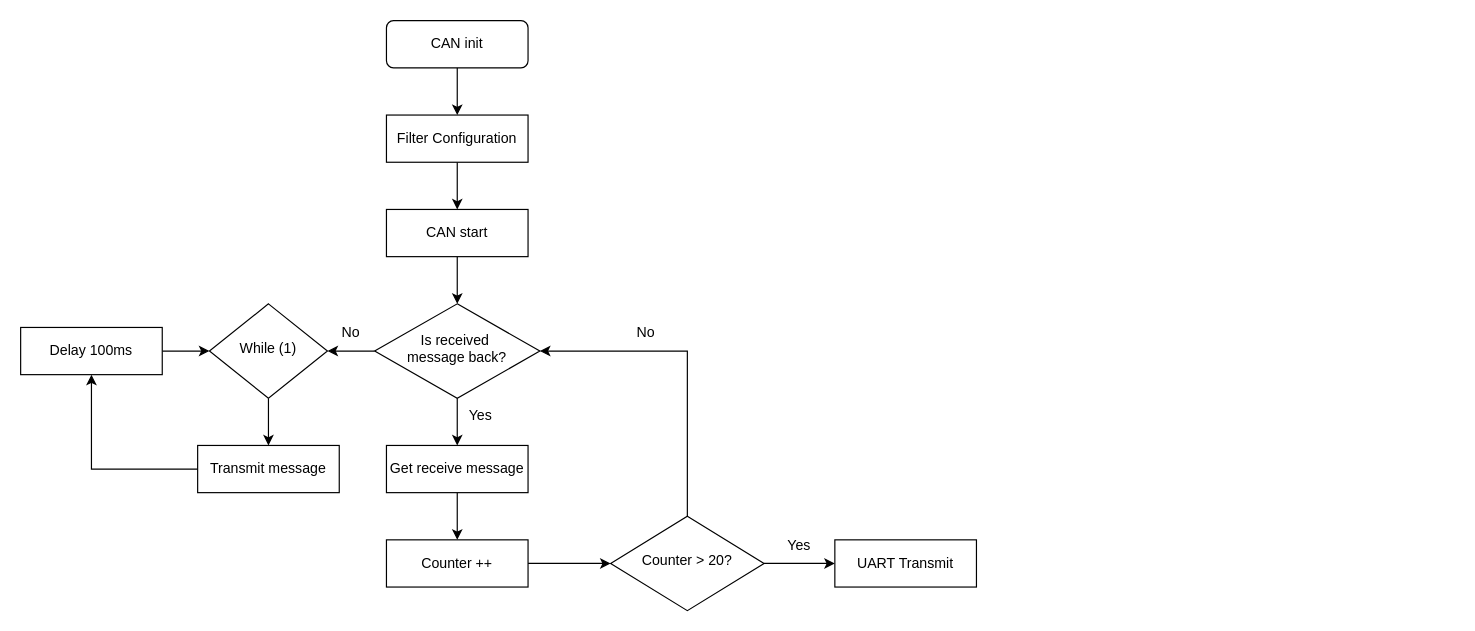
Above: CANFlowChart.drawio in lukas0173/Draw.io (draw.io), before the change. Source tidied: cells renumbered, new cells numbered last; positions are measured from the earlier drawing's top-left corner, leaving out a move shared by most shapes. Both pictures are drawn from the tidied source at 118%, with x=0, y=0 at pixel (20, 20).
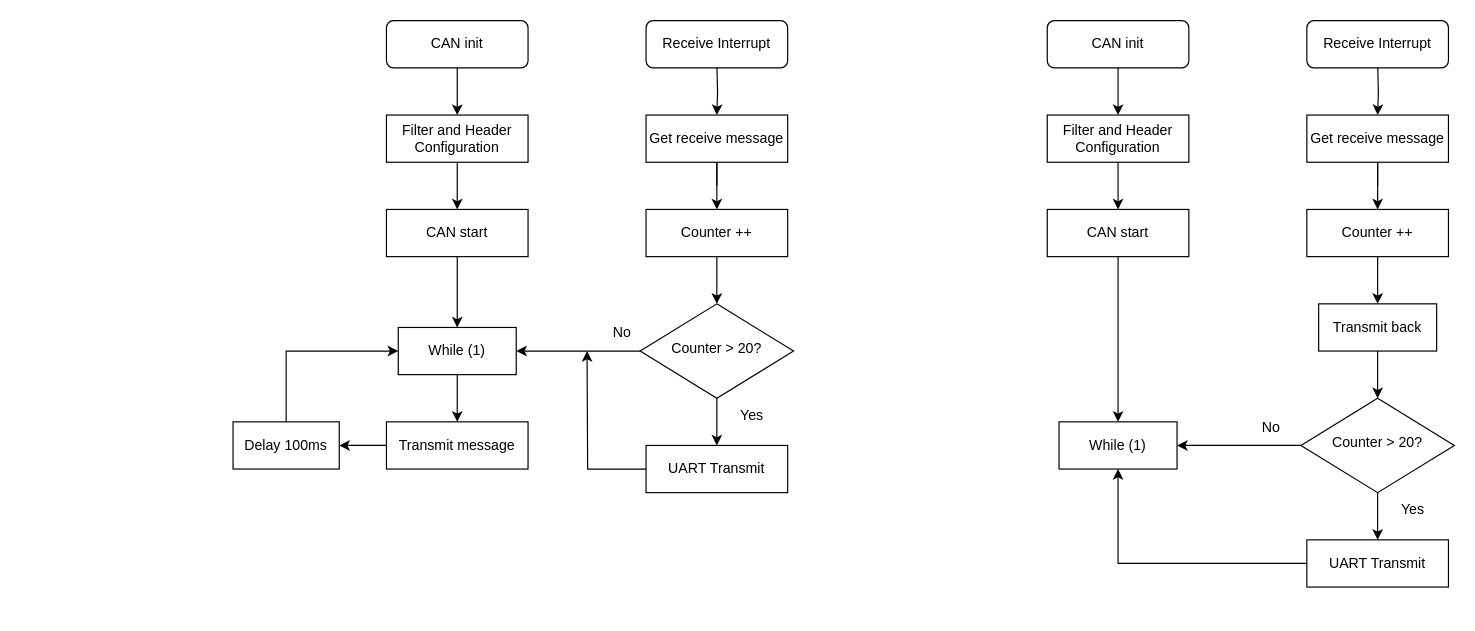
The same page after the edit.

The change refers to these unchanged cells:
```xml
<mxCell id="7" value="CAN start" style="rounded=0;whiteSpace=wrap;html=1;fontSize=12;glass=0;strokeWidth=1;shadow=0;" parent="1" vertex="1">
  <mxGeometry x="310" y="160" width="120" height="40" as="geometry" />
</mxCell>
```

What changed in the source:
```diff
@@
-    <mxCell id="5" value="Filter Configuration" style="rounded=0;whiteSpace=wrap;html=1;fontSize=12;glass=0;strokeWidth=1;shadow=0;" parent="1" vertex="1">
+    <mxCell id="5" value="Filter and Header Configuration" style="rounded=0;whiteSpace=wrap;html=1;fontSize=12;glass=0;strokeWidth=1;shadow=0;" parent="1" vertex="1">
       <mxGeometry x="310" y="80" width="120" height="40" as="geometry" />
     </mxCell>
-    <mxCell id="6" style="edgeStyle=orthogonalEdgeStyle;rounded=0;jettySize=auto;html=1;" parent="1" edge="1" source="7" target="10">
-      <mxGeometry relative="1" as="geometry" />
-    </mxCell>
+    <mxCell id="29" style="edgeStyle=orthogonalEdgeStyle;rounded=0;jettySize=auto;html=1;" parent="1" edge="1" source="7" target="33">
+      <mxGeometry relative="1" as="geometry" />
+    </mxCell>
@@
-    <mxCell id="8" style="edgeStyle=orthogonalEdgeStyle;rounded=0;jettySize=auto;html=1;" parent="1" edge="1" source="10">
+    <mxCell id="8" style="edgeStyle=orthogonalEdgeStyle;rounded=0;jettySize=auto;html=1;" parent="1" edge="1" source="12">
       <mxGeometry relative="1" as="geometry">
-        <mxPoint x="370" y="360" as="targetPoint" />
+        <mxPoint x="590" y="100" as="targetPoint" />
       </mxGeometry>
     </mxCell>
-    <mxCell id="9" style="edgeStyle=orthogonalEdgeStyle;rounded=0;jettySize=auto;html=1;" parent="1" edge="1" source="10" target="15">
-      <mxGeometry relative="1" as="geometry" />
-    </mxCell>
-    <mxCell id="10" value="Is received&amp;nbsp;&lt;div&gt;message back?&lt;/div&gt;" style="rhombus;whiteSpace=wrap;html=1;shadow=0;fontFamily=Helvetica;fontSize=12;align=center;strokeWidth=1;spacing=6;spacingTop=-4;" parent="1" vertex="1">
-      <mxGeometry x="300" y="240" width="140" height="80" as="geometry" />
-    </mxCell>
@@
-    <mxCell id="12" value="Get receive message" style="rounded=0;whiteSpace=wrap;html=1;fontSize=12;glass=0;strokeWidth=1;shadow=0;" parent="1" vertex="1">
-      <mxGeometry x="310" y="360" width="120" height="40" as="geometry" />
-    </mxCell>
-    <mxCell id="13" value="No" style="text;html=1;align=center;verticalAlign=middle;whiteSpace=wrap;rounded=0;" parent="1" vertex="1">
-      <mxGeometry x="250" y="250" width="60" height="30" as="geometry" />
-    </mxCell>
-    <mxCell id="14" style="edgeStyle=orthogonalEdgeStyle;rounded=0;jettySize=auto;html=1;" parent="1" edge="1" source="15" target="17">
-      <mxGeometry relative="1" as="geometry" />
-    </mxCell>
-    <mxCell id="15" value="While (1)" style="rhombus;whiteSpace=wrap;html=1;shadow=0;fontFamily=Helvetica;fontSize=12;align=center;strokeWidth=1;spacing=6;spacingTop=-4;" parent="1" vertex="1">
-      <mxGeometry x="160" y="240" width="100" height="80" as="geometry" />
-    </mxCell>
@@
     <mxCell id="17" value="Transmit message" style="rounded=0;whiteSpace=wrap;html=1;fontSize=12;glass=0;strokeWidth=1;shadow=0;" parent="1" vertex="1">
-      <mxGeometry x="150" y="360" width="120" height="40" as="geometry" />
+      <mxGeometry x="310" y="340" width="120" height="40" as="geometry" />
     </mxCell>
-    <mxCell id="18" style="edgeStyle=orthogonalEdgeStyle;rounded=0;jettySize=auto;html=1;entryX=0;entryY=0.5;entryDx=0;entryDy=0;" parent="1" edge="1" source="19" target="15">
-      <mxGeometry relative="1" as="geometry">
-        <Array as="points">
-          <mxPoint x="120" y="280" />
-          <mxPoint x="120" y="280" />
-        </Array>
-      </mxGeometry>
-    </mxCell>
-    <mxCell id="19" value="Delay 100ms" style="rounded=0;whiteSpace=wrap;html=1;fontSize=12;glass=0;strokeWidth=1;shadow=0;" parent="1" vertex="1">
-      <mxGeometry y="260" width="120" height="40" as="geometry" />
-    </mxCell>
-    <mxCell id="20" value="Yes" style="text;html=1;align=center;verticalAlign=middle;whiteSpace=wrap;rounded=0;" parent="1" vertex="1">
-      <mxGeometry x="360" y="320" width="60" height="30" as="geometry" />
+    <mxCell id="20" value="No" style="text;html=1;align=center;verticalAlign=middle;whiteSpace=wrap;rounded=0;" parent="1" vertex="1">
+      <mxGeometry x="480" y="250" width="60" height="30" as="geometry" />
     </mxCell>
@@
     <mxCell id="22" value="Counter ++" style="rounded=0;whiteSpace=wrap;html=1;fontSize=12;glass=0;strokeWidth=1;shadow=0;" parent="1" vertex="1">
-      <mxGeometry x="310" y="440" width="120" height="40" as="geometry" />
+      <mxGeometry x="530" y="160" width="120" height="40" as="geometry" />
     </mxCell>
-    <mxCell id="23" style="edgeStyle=orthogonalEdgeStyle;rounded=0;jettySize=auto;html=1;entryX=1;entryY=0.5;entryDx=0;entryDy=0;" parent="1" edge="1" source="25" target="10">
-      <mxGeometry relative="1" as="geometry">
-        <Array as="points">
-          <mxPoint x="565" y="280" />
-        </Array>
-      </mxGeometry>
-    </mxCell>
@@
+    <mxCell id="30" style="edgeStyle=orthogonalEdgeStyle;rounded=0;jettySize=auto;html=1;" parent="1" edge="1" source="25" target="33">
+      <mxGeometry relative="1" as="geometry" />
+    </mxCell>
     <mxCell id="25" value="Counter &amp;gt; 20?" style="rhombus;whiteSpace=wrap;html=1;shadow=0;fontFamily=Helvetica;fontSize=12;align=center;strokeWidth=1;spacing=6;spacingTop=-4;" parent="1" vertex="1">
-      <mxGeometry x="500" y="420" width="130" height="80" as="geometry" />
+      <mxGeometry x="525" y="240" width="130" height="80" as="geometry" />
     </mxCell>
-    <mxCell id="26" value="No" style="text;html=1;align=center;verticalAlign=middle;whiteSpace=wrap;rounded=0;" parent="1" vertex="1">
-      <mxGeometry x="500" y="250" width="60" height="30" as="geometry" />
-    </mxCell>
+    <mxCell id="31" style="edgeStyle=orthogonalEdgeStyle;rounded=0;jettySize=auto;html=1;" parent="1" edge="1" source="27">
+      <mxGeometry relative="1" as="geometry">
+        <mxPoint x="480" y="280" as="targetPoint" />
+      </mxGeometry>
+    </mxCell>
     <mxCell id="27" value="UART Transmit" style="rounded=0;whiteSpace=wrap;html=1;fontSize=12;glass=0;strokeWidth=1;shadow=0;" parent="1" vertex="1">
-      <mxGeometry x="690" y="440" width="120" height="40" as="geometry" />
+      <mxGeometry x="530" y="360" width="120" height="40" as="geometry" />
     </mxCell>
     <mxCell id="28" value="Yes" style="text;html=1;align=center;verticalAlign=middle;whiteSpace=wrap;rounded=0;" parent="1" vertex="1">
-      <mxGeometry x="630" y="430" width="60" height="30" as="geometry" />
+      <mxGeometry x="590" y="320" width="60" height="30" as="geometry" />
     </mxCell>
+    <mxCell id="32" style="edgeStyle=orthogonalEdgeStyle;rounded=0;jettySize=auto;html=1;" parent="1" edge="1" source="33" target="17">
+      <mxGeometry relative="1" as="geometry" />
+    </mxCell>
+    <mxCell id="33" value="While (1)" style="rounded=0;whiteSpace=wrap;html=1;fontSize=12;glass=0;strokeWidth=1;shadow=0;" parent="1" vertex="1">
+      <mxGeometry x="320" y="260" width="100" height="40" as="geometry" />
+    </mxCell>
+    <mxCell id="34" style="edgeStyle=orthogonalEdgeStyle;rounded=0;jettySize=auto;html=1;entryX=0;entryY=0.5;entryDx=0;entryDy=0;" parent="1" edge="1" source="19" target="33">
+      <mxGeometry relative="1" as="geometry">
+        <Array as="points">
+          <mxPoint x="225" y="280" />
+        </Array>
+      </mxGeometry>
+    </mxCell>
+    <mxCell id="19" value="Delay 100ms" style="rounded=0;whiteSpace=wrap;html=1;fontSize=12;glass=0;strokeWidth=1;shadow=0;" parent="1" vertex="1">
+      <mxGeometry x="180" y="340" width="90" height="40" as="geometry" />
+    </mxCell>
+    <mxCell id="35" value="Receive Interrupt" style="rounded=1;whiteSpace=wrap;html=1;fontSize=12;glass=0;strokeWidth=1;shadow=0;" parent="1" vertex="1">
+      <mxGeometry x="530" width="120" height="40" as="geometry" />
+    </mxCell>
+    <mxCell id="36" style="edgeStyle=orthogonalEdgeStyle;rounded=0;jettySize=auto;html=1;" parent="1" edge="1" target="12">
+      <mxGeometry relative="1" as="geometry">
+        <mxPoint x="590.1" y="40" as="sourcePoint" />
+      </mxGeometry>
+    </mxCell>
+    <mxCell id="12" value="Get receive message" style="rounded=0;whiteSpace=wrap;html=1;fontSize=12;glass=0;strokeWidth=1;shadow=0;" parent="1" vertex="1">
+      <mxGeometry x="530" y="80" width="120" height="40" as="geometry" />
+    </mxCell>
+    <mxCell id="37" style="edgeStyle=orthogonalEdgeStyle;rounded=0;jettySize=auto;html=1;" parent="1" edge="1" source="38" target="40">
+      <mxGeometry relative="1" as="geometry" />
+    </mxCell>
+    <mxCell id="38" value="CAN init" style="rounded=1;whiteSpace=wrap;html=1;fontSize=12;glass=0;strokeWidth=1;shadow=0;" parent="1" vertex="1">
+      <mxGeometry x="870" width="120" height="40" as="geometry" />
+    </mxCell>
+    <mxCell id="39" style="edgeStyle=orthogonalEdgeStyle;rounded=0;jettySize=auto;html=1;" parent="1" edge="1" source="40" target="42">
+      <mxGeometry relative="1" as="geometry" />
+    </mxCell>
+    <mxCell id="40" value="Filter and Header Configuration" style="rounded=0;whiteSpace=wrap;html=1;fontSize=12;glass=0;strokeWidth=1;shadow=0;" parent="1" vertex="1">
+      <mxGeometry x="870" y="80" width="120" height="40" as="geometry" />
+    </mxCell>
+    <mxCell id="41" style="edgeStyle=orthogonalEdgeStyle;rounded=0;jettySize=auto;html=1;" parent="1" edge="1" source="42" target="55">
+      <mxGeometry relative="1" as="geometry" />
+    </mxCell>
+    <mxCell id="42" value="CAN start" style="rounded=0;whiteSpace=wrap;html=1;fontSize=12;glass=0;strokeWidth=1;shadow=0;" parent="1" vertex="1">
+      <mxGeometry x="870" y="160" width="120" height="40" as="geometry" />
+    </mxCell>
+    <mxCell id="43" style="edgeStyle=orthogonalEdgeStyle;rounded=0;jettySize=auto;html=1;" parent="1" edge="1" source="58">
+      <mxGeometry relative="1" as="geometry">
+        <mxPoint x="1150" y="100" as="targetPoint" />
+      </mxGeometry>
+    </mxCell>
+    <mxCell id="44" style="edgeStyle=orthogonalEdgeStyle;rounded=0;jettySize=auto;html=1;" parent="1" edge="1" source="58" target="48">
+      <mxGeometry relative="1" as="geometry" />
+    </mxCell>
+    <mxCell id="45" style="edgeStyle=orthogonalEdgeStyle;rounded=0;orthogonalLoop=1;jettySize=auto;html=1;" parent="1" edge="1">
+      <mxGeometry relative="1" as="geometry">
+        <mxPoint x="870" y="360" as="sourcePoint" />
+      </mxGeometry>
+    </mxCell>
+    <mxCell id="46" value="No" style="text;html=1;align=center;verticalAlign=middle;whiteSpace=wrap;rounded=0;" parent="1" vertex="1">
+      <mxGeometry x="1030" y="330" width="60" height="30" as="geometry" />
+    </mxCell>
+    <mxCell id="47" style="edgeStyle=orthogonalEdgeStyle;rounded=0;jettySize=auto;html=1;" parent="1" edge="1" source="48" target="60">
+      <mxGeometry relative="1" as="geometry" />
+    </mxCell>
+    <mxCell id="48" value="Counter ++" style="rounded=0;whiteSpace=wrap;html=1;fontSize=12;glass=0;strokeWidth=1;shadow=0;" parent="1" vertex="1">
+      <mxGeometry x="1090" y="160" width="120" height="40" as="geometry" />
+    </mxCell>
+    <mxCell id="49" style="edgeStyle=orthogonalEdgeStyle;rounded=0;jettySize=auto;html=1;" parent="1" edge="1" source="51" target="53">
+      <mxGeometry relative="1" as="geometry" />
+    </mxCell>
+    <mxCell id="50" style="edgeStyle=orthogonalEdgeStyle;rounded=0;jettySize=auto;html=1;" parent="1" edge="1" source="51" target="55">
+      <mxGeometry relative="1" as="geometry" />
+    </mxCell>
+    <mxCell id="51" value="Counter &amp;gt; 20?" style="rhombus;whiteSpace=wrap;html=1;shadow=0;fontFamily=Helvetica;fontSize=12;align=center;strokeWidth=1;spacing=6;spacingTop=-4;" parent="1" vertex="1">
+      <mxGeometry x="1085" y="320" width="130" height="80" as="geometry" />
+    </mxCell>
+    <mxCell id="52" style="edgeStyle=orthogonalEdgeStyle;rounded=0;jettySize=auto;html=1;entryX=0.5;entryY=1;entryDx=0;entryDy=0;" parent="1" edge="1" source="53" target="55">
+      <mxGeometry relative="1" as="geometry">
+        <Array as="points">
+          <mxPoint x="930" y="460" />
+        </Array>
+      </mxGeometry>
+    </mxCell>
+    <mxCell id="53" value="UART Transmit" style="rounded=0;whiteSpace=wrap;html=1;fontSize=12;glass=0;strokeWidth=1;shadow=0;" parent="1" vertex="1">
+      <mxGeometry x="1090" y="440" width="120" height="40" as="geometry" />
+    </mxCell>
+    <mxCell id="54" value="Yes" style="text;html=1;align=center;verticalAlign=middle;whiteSpace=wrap;rounded=0;" parent="1" vertex="1">
+      <mxGeometry x="1150" y="400" width="60" height="30" as="geometry" />
+    </mxCell>
+    <mxCell id="55" value="While (1)" style="rounded=0;whiteSpace=wrap;html=1;fontSize=12;glass=0;strokeWidth=1;shadow=0;" parent="1" vertex="1">
+      <mxGeometry x="880" y="340" width="100" height="40" as="geometry" />
+    </mxCell>
+    <mxCell id="56" value="Receive Interrupt" style="rounded=1;whiteSpace=wrap;html=1;fontSize=12;glass=0;strokeWidth=1;shadow=0;" parent="1" vertex="1">
+      <mxGeometry x="1090" width="120" height="40" as="geometry" />
+    </mxCell>
+    <mxCell id="57" style="edgeStyle=orthogonalEdgeStyle;rounded=0;jettySize=auto;html=1;" parent="1" edge="1" target="58">
+      <mxGeometry relative="1" as="geometry">
+        <mxPoint x="1150.1" y="40" as="sourcePoint" />
+      </mxGeometry>
+    </mxCell>
+    <mxCell id="58" value="Get receive message" style="rounded=0;whiteSpace=wrap;html=1;fontSize=12;glass=0;strokeWidth=1;shadow=0;" parent="1" vertex="1">
+      <mxGeometry x="1090" y="80" width="120" height="40" as="geometry" />
+    </mxCell>
+    <mxCell id="59" style="edgeStyle=orthogonalEdgeStyle;rounded=0;jettySize=auto;html=1;" parent="1" edge="1" source="60" target="51">
+      <mxGeometry relative="1" as="geometry" />
+    </mxCell>
+    <mxCell id="60" value="Transmit back" style="rounded=0;whiteSpace=wrap;html=1;fontSize=12;glass=0;strokeWidth=1;shadow=0;" parent="1" vertex="1">
+      <mxGeometry x="1100" y="240" width="100" height="40" as="geometry" />
+    </mxCell>
```
